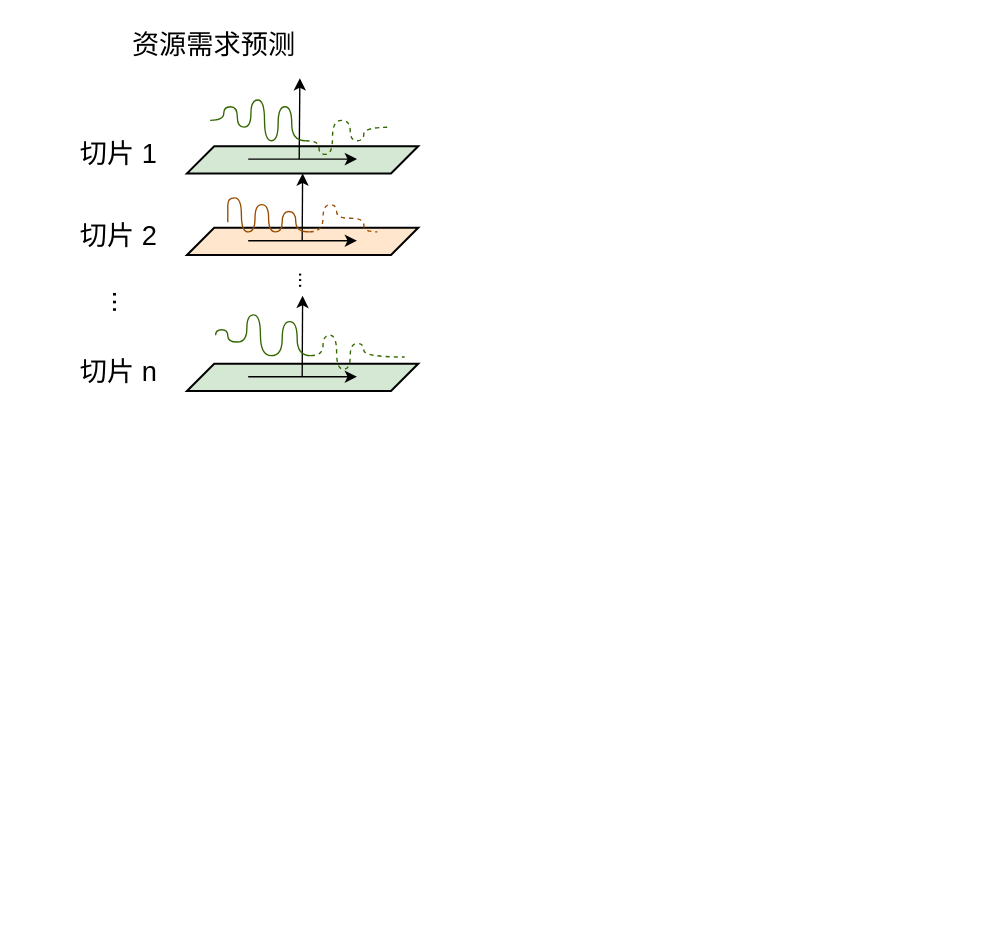
Above: 切片调度.drawio in SOANykun/SOA.github.io (draw.io), before the change. Source tidied: cells renumbered, new cells numbered last; positions are measured from the earlier drawing's top-left corner, leaving out a move shared by most shapes. Both pictures are drawn from the tidied source at 136%, with x=0, y=0 at pixel (23, 23).
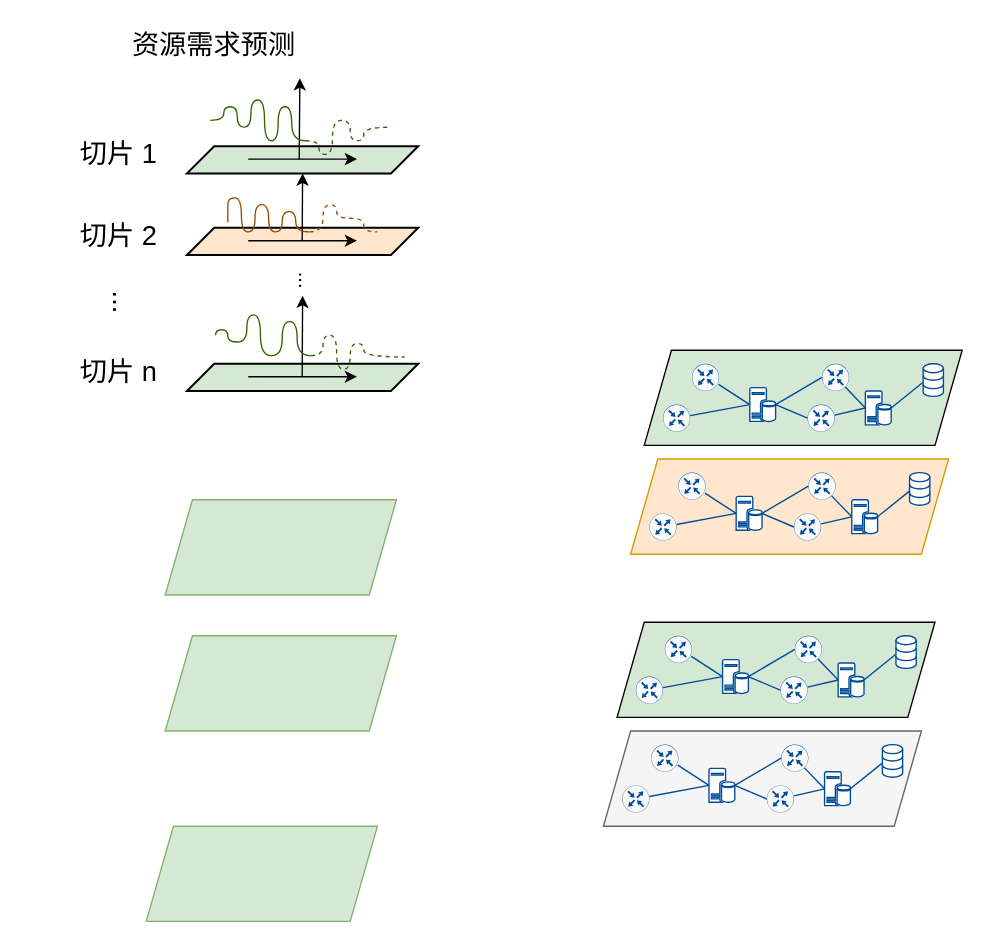
The same diagram, later.

Commit message (it also covers changes not shown here):
更新切片调度.drawio

Diff of the diagram source:
```diff
@@
+    <mxCell id="23" style="group;" parent="1" vertex="1">
+      <mxGeometry x="470" y="250" width="220" height="60" as="geometry" />
+    </mxCell>
+    <mxCell id="24" style="shape=parallelogram;perimeter=parallelogramPerimeter;whiteSpace=wrap;html=1;fixedSize=1;strokeColor=#000000;strokeWidth=1;fillColor=#d5e8d4;" parent="23" vertex="1">
+      <mxGeometry x="-13.8" y="-10" width="233.8" height="70" as="geometry" />
+    </mxCell>
+    <mxCell id="25" style="sketch=0;points=[[0.5,0,0],[1,0.5,0],[0.5,1,0],[0,0.5,0],[0.145,0.145,0],[0.8555,0.145,0],[0.855,0.8555,0],[0.145,0.855,0]];verticalLabelPosition=bottom;html=1;verticalAlign=top;align=center;shape=mxgraph.cisco19.rect;prIcon=router;fillColor=#FAFAFA;strokeColor=#004C99;" parent="23" vertex="1">
+      <mxGeometry x="21.3" width="20" height="20" as="geometry" />
+    </mxCell>
+    <mxCell id="26" style="sketch=0;points=[[0.5,0,0],[1,0.5,0],[0.5,1,0],[0,0.5,0],[0.145,0.145,0],[0.8555,0.145,0],[0.855,0.8555,0],[0.145,0.855,0]];verticalLabelPosition=bottom;html=1;verticalAlign=top;align=center;shape=mxgraph.cisco19.rect;prIcon=router;fillColor=#FAFAFA;strokeColor=#004C99;" parent="23" vertex="1">
+      <mxGeometry y="30" width="20" height="20" as="geometry" />
+    </mxCell>
+    <mxCell id="27" style="sketch=0;points=[[0.5,0,0],[1,0.5,0],[0.5,1,0],[0,0.5,0],[0.145,0.145,0],[0.8555,0.145,0],[0.855,0.8555,0],[0.145,0.855,0]];verticalLabelPosition=bottom;html=1;verticalAlign=top;align=center;shape=mxgraph.cisco19.rect;prIcon=router;fillColor=#FAFAFA;strokeColor=#004C99;" parent="23" vertex="1">
+      <mxGeometry x="116.9" width="20" height="20" as="geometry" />
+    </mxCell>
+    <mxCell id="28" style="sketch=0;points=[[0.5,0,0],[1,0.5,0],[0.5,1,0],[0,0.5,0],[0.145,0.145,0],[0.8555,0.145,0],[0.855,0.8555,0],[0.145,0.855,0]];verticalLabelPosition=bottom;html=1;verticalAlign=top;align=center;shape=mxgraph.cisco19.rect;prIcon=router;fillColor=#FAFAFA;strokeColor=#004C99;" parent="23" vertex="1">
+      <mxGeometry x="106.3" y="30" width="20" height="20" as="geometry" />
+    </mxCell>
+    <mxCell id="29" style="edgeStyle=none;rounded=0;jettySize=auto;html=1;entryX=0;entryY=0.5;entryDx=0;entryDy=0;entryPerimeter=0;strokeColor=#004C99;endArrow=none;endFill=0;exitX=1;exitY=0.5;exitDx=0;exitDy=0;exitPerimeter=0;" parent="23" edge="1" source="31" target="27">
+      <mxGeometry relative="1" as="geometry" />
+    </mxCell>
+    <mxCell id="30" style="edgeStyle=none;rounded=0;jettySize=auto;html=1;entryX=0;entryY=0.5;entryDx=0;entryDy=0;entryPerimeter=0;strokeColor=#004C99;endArrow=none;endFill=0;exitX=1;exitY=0.5;exitDx=0;exitDy=0;exitPerimeter=0;" parent="23" edge="1" source="31" target="28">
+      <mxGeometry relative="1" as="geometry" />
+    </mxCell>
+    <mxCell id="31" style="sketch=0;shadow=0;dashed=0;html=1;strokeColor=#004C99;labelPosition=center;verticalLabelPosition=bottom;verticalAlign=top;align=center;fillColor=#FFFFFF;shape=mxgraph.mscae.enterprise.database_server;" parent="23" vertex="1">
+      <mxGeometry x="63.8" y="17.5" width="19" height="25" as="geometry" />
+    </mxCell>
+    <mxCell id="32" style="rounded=0;jettySize=auto;html=1;entryX=0;entryY=0.5;entryDx=0;entryDy=0;entryPerimeter=0;endArrow=none;endFill=0;strokeColor=#004C99;exitX=0.978;exitY=0.757;exitDx=0;exitDy=0;exitPerimeter=0;" parent="23" edge="1" source="25" target="31">
+      <mxGeometry relative="1" as="geometry" />
+    </mxCell>
+    <mxCell id="33" style="edgeStyle=none;rounded=0;jettySize=auto;html=1;entryX=0;entryY=0.5;entryDx=0;entryDy=0;entryPerimeter=0;strokeColor=#004C99;endArrow=none;endFill=0;" parent="23" edge="1" source="26" target="31">
+      <mxGeometry relative="1" as="geometry" />
+    </mxCell>
+    <mxCell id="34" style="html=1;verticalLabelPosition=bottom;align=center;labelBackgroundColor=#ffffff;verticalAlign=top;strokeWidth=1;strokeColor=#004C99;shadow=0;dashed=0;shape=mxgraph.ios7.icons.data;fillColor=#FFFFFF;" parent="23" vertex="1">
+      <mxGeometry x="191.3" width="14.9" height="24" as="geometry" />
+    </mxCell>
+    <mxCell id="35" style="edgeStyle=none;rounded=0;jettySize=auto;html=1;entryX=-0.023;entryY=0.576;entryDx=0;entryDy=0;entryPerimeter=0;strokeColor=#004C99;endArrow=none;endFill=0;exitX=1;exitY=0.5;exitDx=0;exitDy=0;exitPerimeter=0;" parent="23" edge="1" source="36" target="34">
+      <mxGeometry relative="1" as="geometry" />
+    </mxCell>
+    <mxCell id="36" style="sketch=0;shadow=0;dashed=0;html=1;strokeColor=#004C99;labelPosition=center;verticalLabelPosition=bottom;verticalAlign=top;align=center;fillColor=#FFFFFF;shape=mxgraph.mscae.enterprise.database_server;" parent="23" vertex="1">
+      <mxGeometry x="148.8" y="20" width="19" height="25" as="geometry" />
+    </mxCell>
+    <mxCell id="37" style="edgeStyle=none;rounded=0;jettySize=auto;html=1;entryX=0;entryY=0.5;entryDx=0;entryDy=0;entryPerimeter=0;strokeColor=#004C99;endArrow=none;endFill=0;exitX=0.855;exitY=0.8555;exitDx=0;exitDy=0;exitPerimeter=0;" parent="23" edge="1" source="27" target="36">
+      <mxGeometry relative="1" as="geometry" />
+    </mxCell>
+    <mxCell id="38" style="edgeStyle=none;rounded=0;jettySize=auto;html=1;entryX=0;entryY=0.5;entryDx=0;entryDy=0;entryPerimeter=0;strokeColor=#004C99;endArrow=none;endFill=0;" parent="23" edge="1" source="28" target="36">
+      <mxGeometry relative="1" as="geometry" />
+    </mxCell>
+    <mxCell id="39" style="group;" parent="1" vertex="1">
+      <mxGeometry x="450" y="450" width="220" height="60" as="geometry" />
+    </mxCell>
+    <mxCell id="40" style="shape=parallelogram;perimeter=parallelogramPerimeter;whiteSpace=wrap;html=1;fixedSize=1;strokeColor=#000000;strokeWidth=1;fillColor=#d5e8d4;" parent="39" vertex="1">
+      <mxGeometry x="-13.8" y="-10" width="233.8" height="70" as="geometry" />
+    </mxCell>
+    <mxCell id="41" style="sketch=0;points=[[0.5,0,0],[1,0.5,0],[0.5,1,0],[0,0.5,0],[0.145,0.145,0],[0.8555,0.145,0],[0.855,0.8555,0],[0.145,0.855,0]];verticalLabelPosition=bottom;html=1;verticalAlign=top;align=center;shape=mxgraph.cisco19.rect;prIcon=router;fillColor=#FAFAFA;strokeColor=#004C99;" parent="39" vertex="1">
+      <mxGeometry x="21.3" width="20" height="20" as="geometry" />
+    </mxCell>
+    <mxCell id="42" style="sketch=0;points=[[0.5,0,0],[1,0.5,0],[0.5,1,0],[0,0.5,0],[0.145,0.145,0],[0.8555,0.145,0],[0.855,0.8555,0],[0.145,0.855,0]];verticalLabelPosition=bottom;html=1;verticalAlign=top;align=center;shape=mxgraph.cisco19.rect;prIcon=router;fillColor=#FAFAFA;strokeColor=#004C99;" parent="39" vertex="1">
+      <mxGeometry y="30" width="20" height="20" as="geometry" />
+    </mxCell>
+    <mxCell id="43" style="sketch=0;points=[[0.5,0,0],[1,0.5,0],[0.5,1,0],[0,0.5,0],[0.145,0.145,0],[0.8555,0.145,0],[0.855,0.8555,0],[0.145,0.855,0]];verticalLabelPosition=bottom;html=1;verticalAlign=top;align=center;shape=mxgraph.cisco19.rect;prIcon=router;fillColor=#FAFAFA;strokeColor=#004C99;" parent="39" vertex="1">
+      <mxGeometry x="116.9" width="20" height="20" as="geometry" />
+    </mxCell>
+    <mxCell id="44" style="sketch=0;points=[[0.5,0,0],[1,0.5,0],[0.5,1,0],[0,0.5,0],[0.145,0.145,0],[0.8555,0.145,0],[0.855,0.8555,0],[0.145,0.855,0]];verticalLabelPosition=bottom;html=1;verticalAlign=top;align=center;shape=mxgraph.cisco19.rect;prIcon=router;fillColor=#FAFAFA;strokeColor=#004C99;" parent="39" vertex="1">
+      <mxGeometry x="106.3" y="30" width="20" height="20" as="geometry" />
+    </mxCell>
+    <mxCell id="45" style="edgeStyle=none;rounded=0;jettySize=auto;html=1;entryX=0;entryY=0.5;entryDx=0;entryDy=0;entryPerimeter=0;strokeColor=#004C99;endArrow=none;endFill=0;exitX=1;exitY=0.5;exitDx=0;exitDy=0;exitPerimeter=0;" parent="39" edge="1" source="47" target="43">
+      <mxGeometry relative="1" as="geometry" />
+    </mxCell>
+    <mxCell id="46" style="edgeStyle=none;rounded=0;jettySize=auto;html=1;entryX=0;entryY=0.5;entryDx=0;entryDy=0;entryPerimeter=0;strokeColor=#004C99;endArrow=none;endFill=0;exitX=1;exitY=0.5;exitDx=0;exitDy=0;exitPerimeter=0;" parent="39" edge="1" source="47" target="44">
+      <mxGeometry relative="1" as="geometry" />
+    </mxCell>
+    <mxCell id="47" style="sketch=0;shadow=0;dashed=0;html=1;strokeColor=#004C99;labelPosition=center;verticalLabelPosition=bottom;verticalAlign=top;align=center;fillColor=#FFFFFF;shape=mxgraph.mscae.enterprise.database_server;" parent="39" vertex="1">
+      <mxGeometry x="63.8" y="17.5" width="19" height="25" as="geometry" />
+    </mxCell>
+    <mxCell id="48" style="rounded=0;jettySize=auto;html=1;entryX=0;entryY=0.5;entryDx=0;entryDy=0;entryPerimeter=0;endArrow=none;endFill=0;strokeColor=#004C99;exitX=0.978;exitY=0.757;exitDx=0;exitDy=0;exitPerimeter=0;" parent="39" edge="1" source="41" target="47">
+      <mxGeometry relative="1" as="geometry" />
+    </mxCell>
+    <mxCell id="49" style="edgeStyle=none;rounded=0;jettySize=auto;html=1;entryX=0;entryY=0.5;entryDx=0;entryDy=0;entryPerimeter=0;strokeColor=#004C99;endArrow=none;endFill=0;" parent="39" edge="1" source="42" target="47">
+      <mxGeometry relative="1" as="geometry" />
+    </mxCell>
+    <mxCell id="50" style="html=1;verticalLabelPosition=bottom;align=center;labelBackgroundColor=#ffffff;verticalAlign=top;strokeWidth=1;strokeColor=#004C99;shadow=0;dashed=0;shape=mxgraph.ios7.icons.data;fillColor=#FFFFFF;" parent="39" vertex="1">
+      <mxGeometry x="191.3" width="14.9" height="24" as="geometry" />
+    </mxCell>
+    <mxCell id="51" style="edgeStyle=none;rounded=0;jettySize=auto;html=1;entryX=-0.023;entryY=0.576;entryDx=0;entryDy=0;entryPerimeter=0;strokeColor=#004C99;endArrow=none;endFill=0;exitX=1;exitY=0.5;exitDx=0;exitDy=0;exitPerimeter=0;" parent="39" edge="1" source="52" target="50">
+      <mxGeometry relative="1" as="geometry" />
+    </mxCell>
+    <mxCell id="52" style="sketch=0;shadow=0;dashed=0;html=1;strokeColor=#004C99;labelPosition=center;verticalLabelPosition=bottom;verticalAlign=top;align=center;fillColor=#FFFFFF;shape=mxgraph.mscae.enterprise.database_server;" parent="39" vertex="1">
+      <mxGeometry x="148.8" y="20" width="19" height="25" as="geometry" />
+    </mxCell>
+    <mxCell id="53" style="edgeStyle=none;rounded=0;jettySize=auto;html=1;entryX=0;entryY=0.5;entryDx=0;entryDy=0;entryPerimeter=0;strokeColor=#004C99;endArrow=none;endFill=0;exitX=0.855;exitY=0.8555;exitDx=0;exitDy=0;exitPerimeter=0;" parent="39" edge="1" source="43" target="52">
+      <mxGeometry relative="1" as="geometry" />
+    </mxCell>
+    <mxCell id="54" style="edgeStyle=none;rounded=0;jettySize=auto;html=1;entryX=0;entryY=0.5;entryDx=0;entryDy=0;entryPerimeter=0;strokeColor=#004C99;endArrow=none;endFill=0;" parent="39" edge="1" source="44" target="52">
+      <mxGeometry relative="1" as="geometry" />
+    </mxCell>
+    <mxCell id="55" style="group;" parent="1" vertex="1">
+      <mxGeometry x="440" y="530" width="220" height="60" as="geometry" />
+    </mxCell>
+    <mxCell id="56" style="shape=parallelogram;perimeter=parallelogramPerimeter;whiteSpace=wrap;html=1;fixedSize=1;strokeColor=#666666;strokeWidth=1;fillColor=#f5f5f5;fontColor=#333333;" parent="55" vertex="1">
+      <mxGeometry x="-13.8" y="-10" width="233.8" height="70" as="geometry" />
+    </mxCell>
+    <mxCell id="57" style="sketch=0;points=[[0.5,0,0],[1,0.5,0],[0.5,1,0],[0,0.5,0],[0.145,0.145,0],[0.8555,0.145,0],[0.855,0.8555,0],[0.145,0.855,0]];verticalLabelPosition=bottom;html=1;verticalAlign=top;align=center;shape=mxgraph.cisco19.rect;prIcon=router;fillColor=#FAFAFA;strokeColor=#004C99;" parent="55" vertex="1">
+      <mxGeometry x="21.3" width="20" height="20" as="geometry" />
+    </mxCell>
+    <mxCell id="58" style="sketch=0;points=[[0.5,0,0],[1,0.5,0],[0.5,1,0],[0,0.5,0],[0.145,0.145,0],[0.8555,0.145,0],[0.855,0.8555,0],[0.145,0.855,0]];verticalLabelPosition=bottom;html=1;verticalAlign=top;align=center;shape=mxgraph.cisco19.rect;prIcon=router;fillColor=#FAFAFA;strokeColor=#004C99;" parent="55" vertex="1">
+      <mxGeometry y="30" width="20" height="20" as="geometry" />
+    </mxCell>
+    <mxCell id="59" style="sketch=0;points=[[0.5,0,0],[1,0.5,0],[0.5,1,0],[0,0.5,0],[0.145,0.145,0],[0.8555,0.145,0],[0.855,0.8555,0],[0.145,0.855,0]];verticalLabelPosition=bottom;html=1;verticalAlign=top;align=center;shape=mxgraph.cisco19.rect;prIcon=router;fillColor=#FAFAFA;strokeColor=#004C99;" parent="55" vertex="1">
+      <mxGeometry x="116.9" width="20" height="20" as="geometry" />
+    </mxCell>
+    <mxCell id="60" style="sketch=0;points=[[0.5,0,0],[1,0.5,0],[0.5,1,0],[0,0.5,0],[0.145,0.145,0],[0.8555,0.145,0],[0.855,0.8555,0],[0.145,0.855,0]];verticalLabelPosition=bottom;html=1;verticalAlign=top;align=center;shape=mxgraph.cisco19.rect;prIcon=router;fillColor=#FAFAFA;strokeColor=#004C99;" parent="55" vertex="1">
+      <mxGeometry x="106.3" y="30" width="20" height="20" as="geometry" />
+    </mxCell>
+    <mxCell id="61" style="edgeStyle=none;rounded=0;jettySize=auto;html=1;entryX=0;entryY=0.5;entryDx=0;entryDy=0;entryPerimeter=0;strokeColor=#004C99;endArrow=none;endFill=0;exitX=1;exitY=0.5;exitDx=0;exitDy=0;exitPerimeter=0;" parent="55" edge="1" source="63" target="59">
+      <mxGeometry relative="1" as="geometry" />
+    </mxCell>
+    <mxCell id="62" style="edgeStyle=none;rounded=0;jettySize=auto;html=1;entryX=0;entryY=0.5;entryDx=0;entryDy=0;entryPerimeter=0;strokeColor=#004C99;endArrow=none;endFill=0;exitX=1;exitY=0.5;exitDx=0;exitDy=0;exitPerimeter=0;" parent="55" edge="1" source="63" target="60">
+      <mxGeometry relative="1" as="geometry" />
+    </mxCell>
+    <mxCell id="63" style="sketch=0;shadow=0;dashed=0;html=1;strokeColor=#004C99;labelPosition=center;verticalLabelPosition=bottom;verticalAlign=top;align=center;fillColor=#FFFFFF;shape=mxgraph.mscae.enterprise.database_server;" parent="55" vertex="1">
+      <mxGeometry x="63.8" y="17.5" width="19" height="25" as="geometry" />
+    </mxCell>
+    <mxCell id="64" style="rounded=0;jettySize=auto;html=1;entryX=0;entryY=0.5;entryDx=0;entryDy=0;entryPerimeter=0;endArrow=none;endFill=0;strokeColor=#004C99;exitX=0.978;exitY=0.757;exitDx=0;exitDy=0;exitPerimeter=0;" parent="55" edge="1" source="57" target="63">
+      <mxGeometry relative="1" as="geometry" />
+    </mxCell>
+    <mxCell id="65" style="edgeStyle=none;rounded=0;jettySize=auto;html=1;entryX=0;entryY=0.5;entryDx=0;entryDy=0;entryPerimeter=0;strokeColor=#004C99;endArrow=none;endFill=0;" parent="55" edge="1" source="58" target="63">
+      <mxGeometry relative="1" as="geometry" />
+    </mxCell>
+    <mxCell id="66" style="html=1;verticalLabelPosition=bottom;align=center;labelBackgroundColor=#ffffff;verticalAlign=top;strokeWidth=1;strokeColor=#004C99;shadow=0;dashed=0;shape=mxgraph.ios7.icons.data;fillColor=#FFFFFF;" parent="55" vertex="1">
+      <mxGeometry x="191.3" width="14.9" height="24" as="geometry" />
+    </mxCell>
+    <mxCell id="67" style="edgeStyle=none;rounded=0;jettySize=auto;html=1;entryX=-0.023;entryY=0.576;entryDx=0;entryDy=0;entryPerimeter=0;strokeColor=#004C99;endArrow=none;endFill=0;exitX=1;exitY=0.5;exitDx=0;exitDy=0;exitPerimeter=0;" parent="55" edge="1" source="68" target="66">
+      <mxGeometry relative="1" as="geometry" />
+    </mxCell>
+    <mxCell id="68" style="sketch=0;shadow=0;dashed=0;html=1;strokeColor=#004C99;labelPosition=center;verticalLabelPosition=bottom;verticalAlign=top;align=center;fillColor=#FFFFFF;shape=mxgraph.mscae.enterprise.database_server;" parent="55" vertex="1">
+      <mxGeometry x="148.8" y="20" width="19" height="25" as="geometry" />
+    </mxCell>
+    <mxCell id="69" style="edgeStyle=none;rounded=0;jettySize=auto;html=1;entryX=0;entryY=0.5;entryDx=0;entryDy=0;entryPerimeter=0;strokeColor=#004C99;endArrow=none;endFill=0;exitX=0.855;exitY=0.8555;exitDx=0;exitDy=0;exitPerimeter=0;" parent="55" edge="1" source="59" target="68">
+      <mxGeometry relative="1" as="geometry" />
+    </mxCell>
+    <mxCell id="70" style="edgeStyle=none;rounded=0;jettySize=auto;html=1;entryX=0;entryY=0.5;entryDx=0;entryDy=0;entryPerimeter=0;strokeColor=#004C99;endArrow=none;endFill=0;" parent="55" edge="1" source="60" target="68">
+      <mxGeometry relative="1" as="geometry" />
+    </mxCell>
+    <mxCell id="71" style="group;" parent="1" vertex="1">
+      <mxGeometry x="460" y="330" width="220" height="60" as="geometry" />
+    </mxCell>
+    <mxCell id="72" style="shape=parallelogram;perimeter=parallelogramPerimeter;whiteSpace=wrap;html=1;fixedSize=1;strokeColor=#d79b00;strokeWidth=1;fillColor=#ffe6cc;" parent="71" vertex="1">
+      <mxGeometry x="-13.8" y="-10" width="233.8" height="70" as="geometry" />
+    </mxCell>
+    <mxCell id="73" style="sketch=0;points=[[0.5,0,0],[1,0.5,0],[0.5,1,0],[0,0.5,0],[0.145,0.145,0],[0.8555,0.145,0],[0.855,0.8555,0],[0.145,0.855,0]];verticalLabelPosition=bottom;html=1;verticalAlign=top;align=center;shape=mxgraph.cisco19.rect;prIcon=router;fillColor=#FAFAFA;strokeColor=#004C99;" parent="71" vertex="1">
+      <mxGeometry x="21.3" width="20" height="20" as="geometry" />
+    </mxCell>
+    <mxCell id="74" style="sketch=0;points=[[0.5,0,0],[1,0.5,0],[0.5,1,0],[0,0.5,0],[0.145,0.145,0],[0.8555,0.145,0],[0.855,0.8555,0],[0.145,0.855,0]];verticalLabelPosition=bottom;html=1;verticalAlign=top;align=center;shape=mxgraph.cisco19.rect;prIcon=router;fillColor=#FAFAFA;strokeColor=#004C99;" parent="71" vertex="1">
+      <mxGeometry y="30" width="20" height="20" as="geometry" />
+    </mxCell>
+    <mxCell id="75" style="sketch=0;points=[[0.5,0,0],[1,0.5,0],[0.5,1,0],[0,0.5,0],[0.145,0.145,0],[0.8555,0.145,0],[0.855,0.8555,0],[0.145,0.855,0]];verticalLabelPosition=bottom;html=1;verticalAlign=top;align=center;shape=mxgraph.cisco19.rect;prIcon=router;fillColor=#FAFAFA;strokeColor=#004C99;" parent="71" vertex="1">
+      <mxGeometry x="116.9" width="20" height="20" as="geometry" />
+    </mxCell>
+    <mxCell id="76" style="sketch=0;points=[[0.5,0,0],[1,0.5,0],[0.5,1,0],[0,0.5,0],[0.145,0.145,0],[0.8555,0.145,0],[0.855,0.8555,0],[0.145,0.855,0]];verticalLabelPosition=bottom;html=1;verticalAlign=top;align=center;shape=mxgraph.cisco19.rect;prIcon=router;fillColor=#FAFAFA;strokeColor=#004C99;" parent="71" vertex="1">
+      <mxGeometry x="106.3" y="30" width="20" height="20" as="geometry" />
+    </mxCell>
+    <mxCell id="77" style="edgeStyle=none;rounded=0;jettySize=auto;html=1;entryX=0;entryY=0.5;entryDx=0;entryDy=0;entryPerimeter=0;strokeColor=#004C99;endArrow=none;endFill=0;exitX=1;exitY=0.5;exitDx=0;exitDy=0;exitPerimeter=0;" parent="71" edge="1" source="79" target="75">
+      <mxGeometry relative="1" as="geometry" />
+    </mxCell>
+    <mxCell id="78" style="edgeStyle=none;rounded=0;jettySize=auto;html=1;entryX=0;entryY=0.5;entryDx=0;entryDy=0;entryPerimeter=0;strokeColor=#004C99;endArrow=none;endFill=0;exitX=1;exitY=0.5;exitDx=0;exitDy=0;exitPerimeter=0;" parent="71" edge="1" source="79" target="76">
+      <mxGeometry relative="1" as="geometry" />
+    </mxCell>
+    <mxCell id="79" style="sketch=0;shadow=0;dashed=0;html=1;strokeColor=#004C99;labelPosition=center;verticalLabelPosition=bottom;verticalAlign=top;align=center;fillColor=#FFFFFF;shape=mxgraph.mscae.enterprise.database_server;" parent="71" vertex="1">
+      <mxGeometry x="63.8" y="17.5" width="19" height="25" as="geometry" />
+    </mxCell>
+    <mxCell id="80" style="rounded=0;jettySize=auto;html=1;entryX=0;entryY=0.5;entryDx=0;entryDy=0;entryPerimeter=0;endArrow=none;endFill=0;strokeColor=#004C99;exitX=0.978;exitY=0.757;exitDx=0;exitDy=0;exitPerimeter=0;" parent="71" edge="1" source="73" target="79">
+      <mxGeometry relative="1" as="geometry" />
+    </mxCell>
+    <mxCell id="81" style="edgeStyle=none;rounded=0;jettySize=auto;html=1;entryX=0;entryY=0.5;entryDx=0;entryDy=0;entryPerimeter=0;strokeColor=#004C99;endArrow=none;endFill=0;" parent="71" edge="1" source="74" target="79">
+      <mxGeometry relative="1" as="geometry" />
+    </mxCell>
+    <mxCell id="82" style="html=1;verticalLabelPosition=bottom;align=center;labelBackgroundColor=#ffffff;verticalAlign=top;strokeWidth=1;strokeColor=#004C99;shadow=0;dashed=0;shape=mxgraph.ios7.icons.data;fillColor=#FFFFFF;" parent="71" vertex="1">
+      <mxGeometry x="191.3" width="14.9" height="24" as="geometry" />
+    </mxCell>
+    <mxCell id="83" style="edgeStyle=none;rounded=0;jettySize=auto;html=1;entryX=-0.023;entryY=0.576;entryDx=0;entryDy=0;entryPerimeter=0;strokeColor=#004C99;endArrow=none;endFill=0;exitX=1;exitY=0.5;exitDx=0;exitDy=0;exitPerimeter=0;" parent="71" edge="1" source="84" target="82">
+      <mxGeometry relative="1" as="geometry" />
+    </mxCell>
+    <mxCell id="84" style="sketch=0;shadow=0;dashed=0;html=1;strokeColor=#004C99;labelPosition=center;verticalLabelPosition=bottom;verticalAlign=top;align=center;fillColor=#FFFFFF;shape=mxgraph.mscae.enterprise.database_server;" parent="71" vertex="1">
+      <mxGeometry x="148.8" y="20" width="19" height="25" as="geometry" />
+    </mxCell>
+    <mxCell id="85" style="edgeStyle=none;rounded=0;jettySize=auto;html=1;entryX=0;entryY=0.5;entryDx=0;entryDy=0;entryPerimeter=0;strokeColor=#004C99;endArrow=none;endFill=0;exitX=0.855;exitY=0.8555;exitDx=0;exitDy=0;exitPerimeter=0;" parent="71" edge="1" source="75" target="84">
+      <mxGeometry relative="1" as="geometry" />
+    </mxCell>
+    <mxCell id="86" style="edgeStyle=none;rounded=0;jettySize=auto;html=1;entryX=0;entryY=0.5;entryDx=0;entryDy=0;entryPerimeter=0;strokeColor=#004C99;endArrow=none;endFill=0;" parent="71" edge="1" source="76" target="84">
+      <mxGeometry relative="1" as="geometry" />
+    </mxCell>
+    <mxCell id="87" style="shape=parallelogram;perimeter=parallelogramPerimeter;whiteSpace=wrap;html=1;fixedSize=1;strokeColor=#82b366;strokeWidth=1;fillColor=#d5e8d4;" parent="1" vertex="1">
+      <mxGeometry x="104" y="350" width="170" height="70" as="geometry" />
+    </mxCell>
+    <mxCell id="88" style="shape=parallelogram;perimeter=parallelogramPerimeter;whiteSpace=wrap;html=1;fixedSize=1;strokeColor=#82b366;strokeWidth=1;fillColor=#d5e8d4;" parent="1" vertex="1">
+      <mxGeometry x="104" y="450" width="170" height="70" as="geometry" />
+    </mxCell>
+    <mxCell id="89" style="shape=parallelogram;perimeter=parallelogramPerimeter;whiteSpace=wrap;html=1;fixedSize=1;strokeColor=#82b366;strokeWidth=1;fillColor=#d5e8d4;" parent="1" vertex="1">
+      <mxGeometry x="90" y="590" width="170" height="70" as="geometry" />
+    </mxCell>
```
